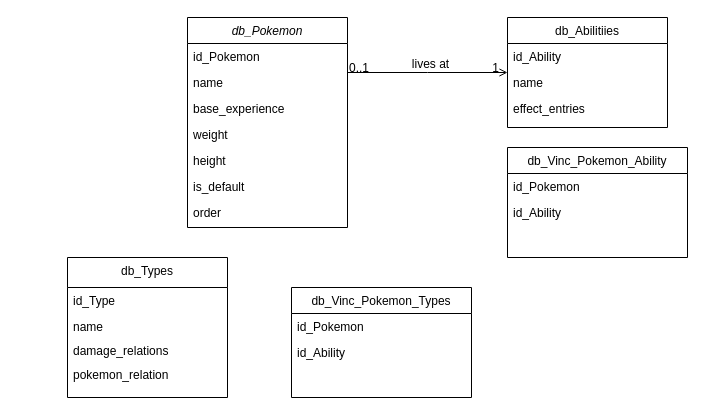
ferentino/Provi keeps this draw.io diagram as Untitled Diagram.drawio. Above is the earlier version. Source tidied: cells renumbered, new cells numbered last; positions are measured from the earlier drawing's top-left corner, leaving out a move shared by most shapes. Both pictures are drawn from the tidied source at 100%, with x=0, y=0 at pixel (67, 17).
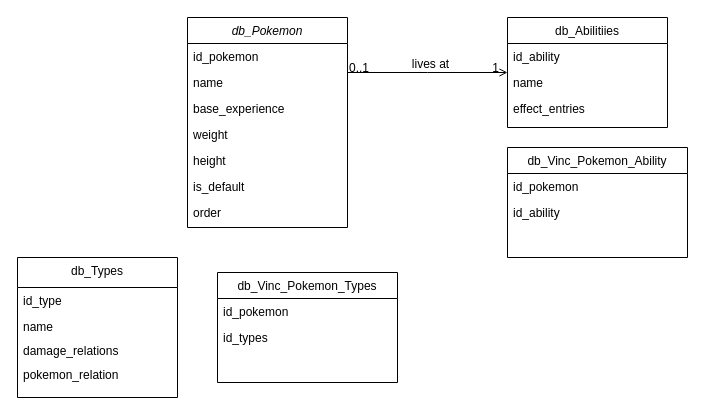
The same page after the edit.

Unchanged cells that the change refers to:
```xml
<mxCell id="2" value="db_Pokemon" style="swimlane;fontStyle=2;align=center;verticalAlign=top;horizontal=1;startSize=26;rounded=0;shadow=0;strokeWidth=1;" parent="1" vertex="1">
  <mxGeometry x="120" width="160" height="210" as="geometry" />
</mxCell>
<mxCell id="15" value="db_Vinc_Pokemon_Ability" style="swimlane;fontStyle=0;align=center;verticalAlign=top;horizontal=1;startSize=26;rounded=0;shadow=0;strokeWidth=1;" parent="1" vertex="1">
  <mxGeometry x="440" y="130" width="180" height="110" as="geometry" />
</mxCell>
<mxCell id="18" value="db_Abilitiies" style="swimlane;fontStyle=0;align=center;verticalAlign=top;horizontal=1;startSize=26;rounded=0;shadow=0;strokeWidth=1;" parent="1" vertex="1">
  <mxGeometry x="440" width="160" height="110" as="geometry" />
</mxCell>
```

What changed in the source:
```diff
@@
-    <mxCell id="3" value="id_Pokemon" style="text;align=left;verticalAlign=top;spacingLeft=4;spacingRight=4;overflow=hidden;" parent="2" vertex="1">
+    <mxCell id="3" value="id_pokemon" style="text;align=left;verticalAlign=top;spacingLeft=4;spacingRight=4;overflow=hidden;" parent="2" vertex="1">
       <mxGeometry y="26" width="160" height="26" as="geometry" />
     </mxCell>
@@
     <mxCell id="10" value="db_Types" style="swimlane;fontStyle=0;align=center;verticalAlign=top;horizontal=1;startSize=30;rounded=0;shadow=0;strokeWidth=1;" parent="1" vertex="1">
-      <mxGeometry y="240" width="160" height="140" as="geometry" />
+      <mxGeometry x="-50" y="240" width="160" height="140" as="geometry" />
     </mxCell>
-    <mxCell id="11" value="id_Type" style="text;align=left;verticalAlign=top;spacingLeft=4;spacingRight=4;overflow=hidden;" parent="10" vertex="1">
+    <mxCell id="11" value="id_type" style="text;align=left;verticalAlign=top;spacingLeft=4;spacingRight=4;overflow=hidden;" parent="10" vertex="1">
       <mxGeometry y="30" width="160" height="26" as="geometry" />
     </mxCell>
@@
-    <mxCell id="16" value="id_Pokemon" style="text;align=left;verticalAlign=top;spacingLeft=4;spacingRight=4;overflow=hidden;" parent="15" vertex="1">
+    <mxCell id="16" value="id_pokemon" style="text;align=left;verticalAlign=top;spacingLeft=4;spacingRight=4;overflow=hidden;" parent="15" vertex="1">
       <mxGeometry y="26" width="180" height="26" as="geometry" />
     </mxCell>
-    <mxCell id="17" value="id_Ability" style="text;align=left;verticalAlign=top;spacingLeft=4;spacingRight=4;overflow=hidden;" parent="15" vertex="1">
+    <mxCell id="17" value="id_ability" style="text;align=left;verticalAlign=top;spacingLeft=4;spacingRight=4;overflow=hidden;" parent="15" vertex="1">
       <mxGeometry y="52" width="180" height="26" as="geometry" />
     </mxCell>
@@
-    <mxCell id="19" value="id_Ability" style="text;align=left;verticalAlign=top;spacingLeft=4;spacingRight=4;overflow=hidden;" parent="18" vertex="1">
+    <mxCell id="19" value="id_ability" style="text;align=left;verticalAlign=top;spacingLeft=4;spacingRight=4;overflow=hidden;" parent="18" vertex="1">
       <mxGeometry y="26" width="160" height="26" as="geometry" />
     </mxCell>
@@
     <mxCell id="26" value="db_Vinc_Pokemon_Types" style="swimlane;fontStyle=0;align=center;verticalAlign=top;horizontal=1;startSize=26;rounded=0;shadow=0;strokeWidth=1;" parent="1" vertex="1">
-      <mxGeometry x="224" y="270" width="180" height="110" as="geometry" />
+      <mxGeometry x="150" y="255" width="180" height="110" as="geometry" />
     </mxCell>
-    <mxCell id="27" value="id_Pokemon" style="text;align=left;verticalAlign=top;spacingLeft=4;spacingRight=4;overflow=hidden;" parent="26" vertex="1">
+    <mxCell id="27" value="id_pokemon" style="text;align=left;verticalAlign=top;spacingLeft=4;spacingRight=4;overflow=hidden;" parent="26" vertex="1">
       <mxGeometry y="26" width="180" height="26" as="geometry" />
     </mxCell>
-    <mxCell id="28" value="id_Ability" style="text;align=left;verticalAlign=top;spacingLeft=4;spacingRight=4;overflow=hidden;" parent="26" vertex="1">
+    <mxCell id="28" value="id_types" style="text;align=left;verticalAlign=top;spacingLeft=4;spacingRight=4;overflow=hidden;" parent="26" vertex="1">
       <mxGeometry y="52" width="180" height="26" as="geometry" />
     </mxCell>
```
